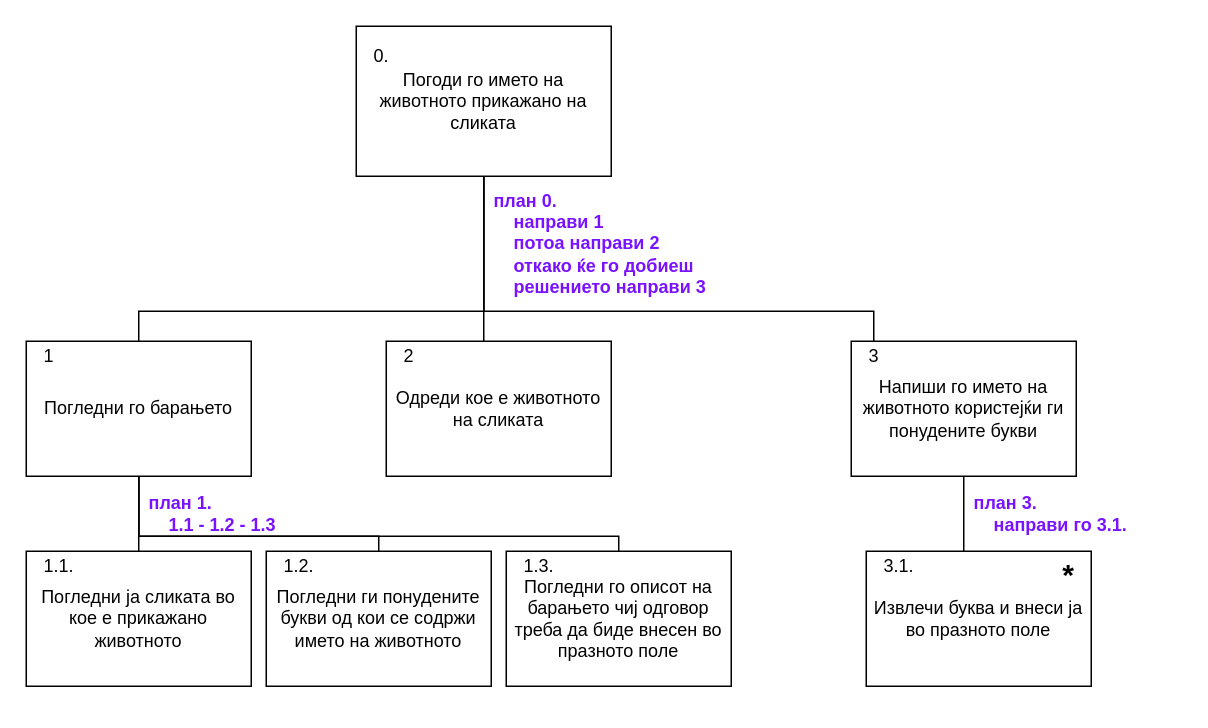
This is nick-hierach1.drawio from stefanikostic/repo, a draw.io file, before an edit. Source tidied: cells renumbered, new cells numbered last; positions are measured from the earlier drawing's top-left corner, leaving out a move shared by most shapes. Both pictures are drawn from the tidied source at 150%, with x=0, y=0 at pixel (26, 26).
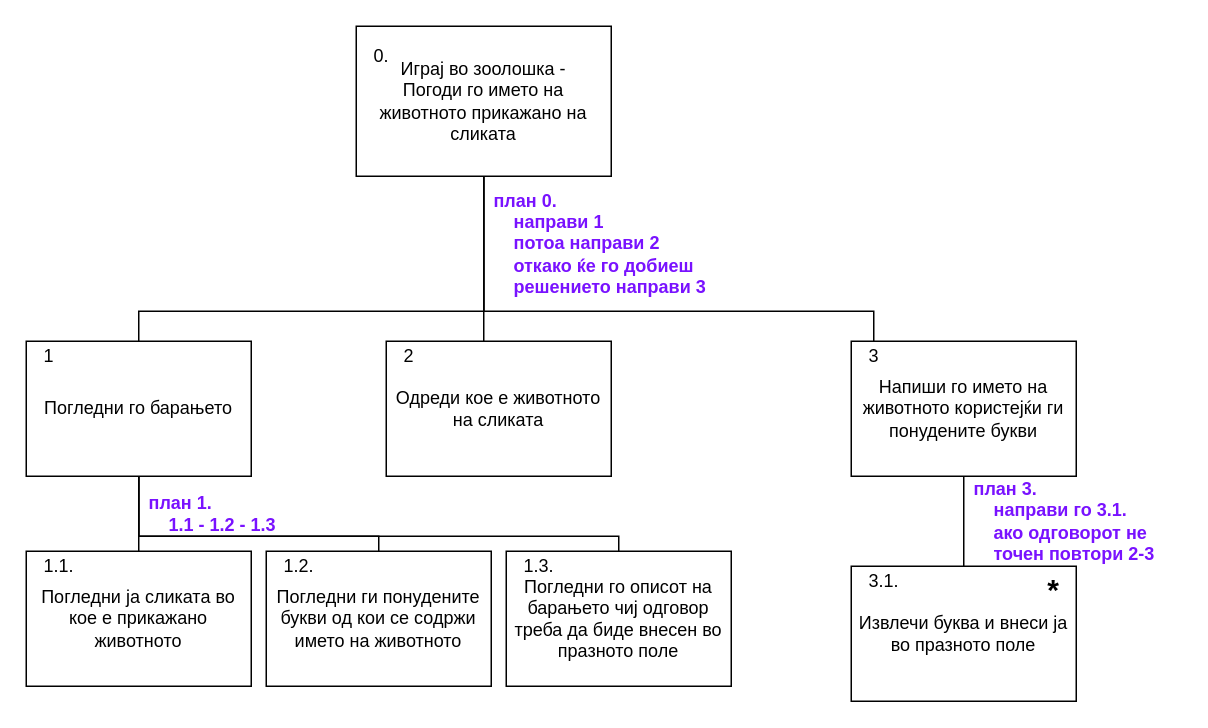
The same page after the edit.

Change to the diagram source:
```diff
@@
-    <mxCell id="5" value="Погоди го името на животното прикажано на сликата" style="rounded=0;whiteSpace=wrap;html=1;" parent="1" vertex="1">
+    <mxCell id="5" value="Играј во зоолошка - &lt;br&gt;Погоди го името на животното прикажано на сликата" style="rounded=0;whiteSpace=wrap;html=1;" parent="1" vertex="1">
       <mxGeometry x="220" width="170" height="100" as="geometry" />
     </mxCell>
@@
     <mxCell id="17" value="Извлечи буква и внеси ја во празното поле" style="rounded=0;whiteSpace=wrap;html=1;" parent="1" vertex="1">
-      <mxGeometry x="560" y="350" width="150" height="90" as="geometry" />
+      <mxGeometry x="550" y="360" width="150" height="90" as="geometry" />
     </mxCell>
@@
     <mxCell id="24" value="3.1." style="text;html=1;strokeColor=none;fillColor=none;align=left;verticalAlign=middle;whiteSpace=wrap;rounded=0;" parent="1" vertex="1">
-      <mxGeometry x="570" y="350" width="30" height="20" as="geometry" />
+      <mxGeometry x="560" y="360" width="30" height="20" as="geometry" />
     </mxCell>
@@
-    <mxCell id="27" value="&lt;b&gt;&lt;font color=&quot;#7912ff&quot;&gt;&amp;nbsp; &amp;nbsp;план 3.&lt;br&gt;&amp;nbsp; &amp;nbsp; &amp;nbsp; &amp;nbsp;направи го 3.1.&lt;/font&gt;&lt;/b&gt;" style="text;html=1;align=left;verticalAlign=middle;" parent="1" vertex="1">
-      <mxGeometry x="620" y="310" width="130" height="30" as="geometry" />
+    <mxCell id="27" value="&lt;b&gt;&lt;font color=&quot;#7912ff&quot;&gt;&amp;nbsp; &amp;nbsp;план 3.&lt;br&gt;&amp;nbsp; &amp;nbsp; &amp;nbsp; &amp;nbsp;направи го 3.1.&lt;br&gt;&amp;nbsp; &amp;nbsp; &amp;nbsp; &amp;nbsp;ако одговорот не&lt;br&gt;&amp;nbsp; &amp;nbsp; &amp;nbsp; &amp;nbsp;точен повтори 2-3&lt;br&gt;&lt;/font&gt;&lt;/b&gt;" style="text;html=1;align=left;verticalAlign=middle;" parent="1" vertex="1">
+      <mxGeometry x="620" y="300" width="150" height="60" as="geometry" />
     </mxCell>
     <mxCell id="28" value="&lt;font size=&quot;1&quot;&gt;&lt;b style=&quot;font-size: 20px&quot;&gt;*&lt;/b&gt;&lt;/font&gt;" style="text;html=1;strokeColor=none;fillColor=none;align=center;verticalAlign=middle;whiteSpace=wrap;rounded=0;" parent="1" vertex="1">
-      <mxGeometry x="680" y="360" width="30" height="10" as="geometry" />
+      <mxGeometry x="670" y="370" width="30" height="10" as="geometry" />
     </mxCell>
```
